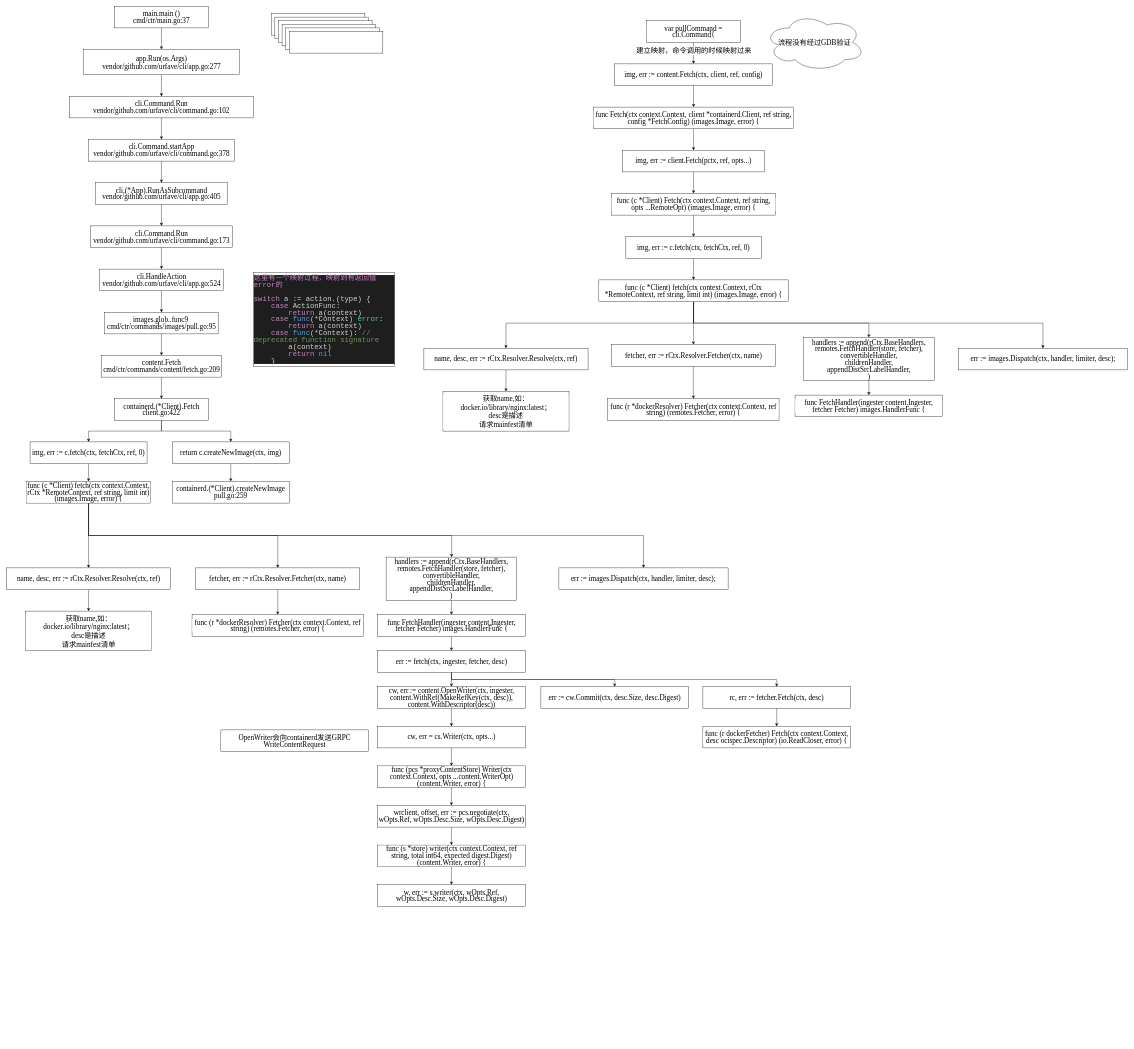
Above: page "containerd" (1 of 4) of Ceph Librbd PWL .drawio in CongMinYin/flow (draw.io), before the change. Source tidied: cells renumbered, new cells numbered last; positions are measured from the earlier drawing's top-left corner, leaving out a move shared by most shapes. Both pictures are drawn from the tidied source at 36%, with x=0, y=0 at pixel (6, 6).
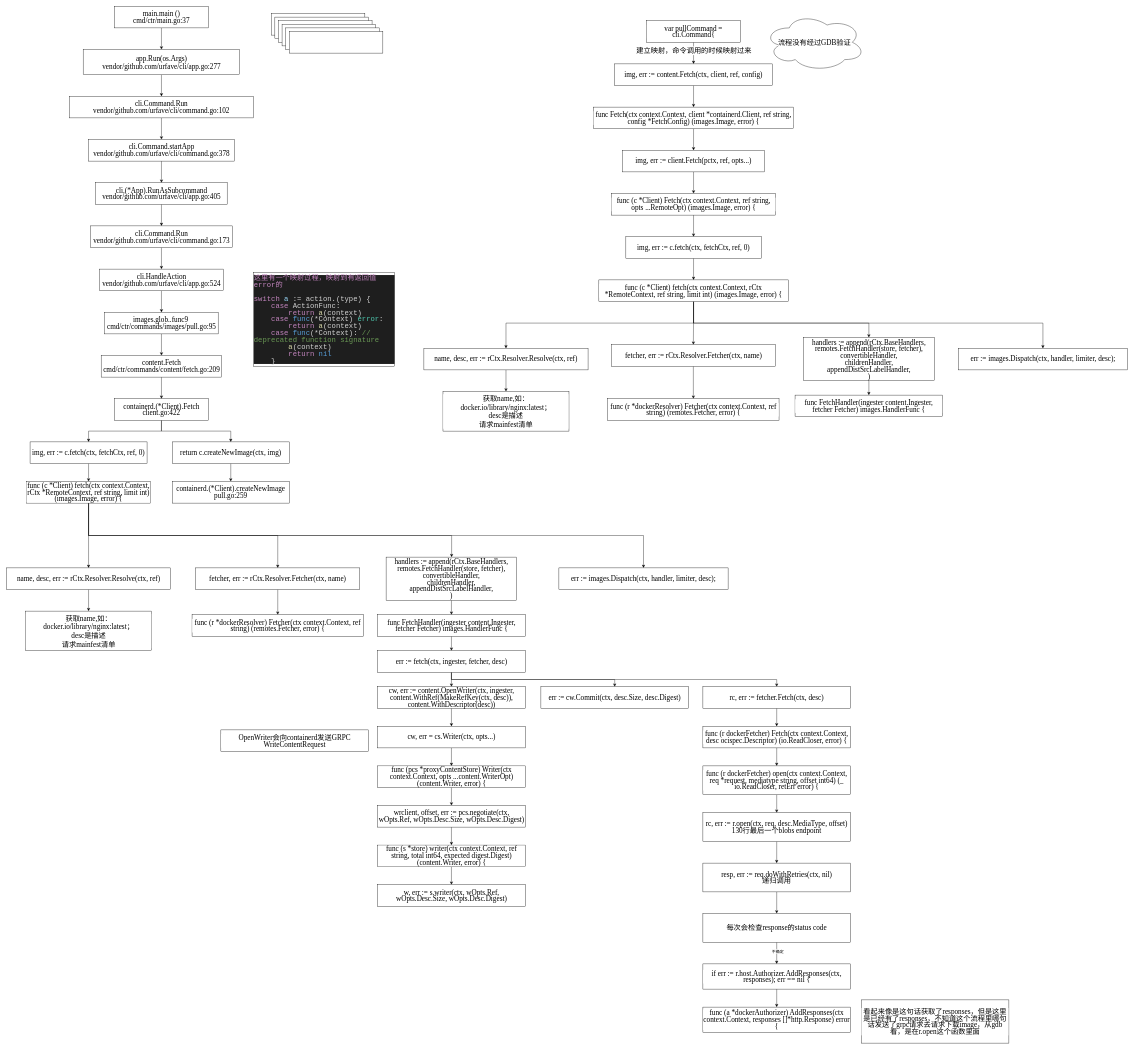
The same page after the edit.

Unchanged cells that the change refers to:
```xml
<mxCell id="99" value="&lt;div style=&quot;line-height: 19px;&quot;&gt;func (r dockerFetcher) Fetch(ctx context.Context, desc ocispec.Descriptor) (io.ReadCloser, error) {&lt;br&gt;&lt;/div&gt;" style="rounded=0;whiteSpace=wrap;html=1;labelBackgroundColor=default;fontColor=#000000;fontFamily=Times New Roman;fontSize=20;" parent="1" vertex="1">
  <mxGeometry x="1934" y="2000" width="410" height="60" as="geometry" />
</mxCell>
```

Diff of the diagram source:
```diff
@@
+    <mxCell id="100" style="edgeStyle=orthogonalEdgeStyle;rounded=0;jettySize=auto;html=1;exitX=0.5;exitY=1;exitDx=0;exitDy=0;entryX=0.5;entryY=0;entryDx=0;entryDy=0;" parent="1" edge="1" source="99" target="102">
+      <mxGeometry relative="1" as="geometry" />
+    </mxCell>
@@
+    <mxCell id="101" style="edgeStyle=orthogonalEdgeStyle;rounded=0;jettySize=auto;html=1;exitX=0.5;exitY=1;exitDx=0;exitDy=0;entryX=0.5;entryY=0;entryDx=0;entryDy=0;" parent="1" edge="1" source="102" target="104">
+      <mxGeometry relative="1" as="geometry" />
+    </mxCell>
+    <mxCell id="102" value="&lt;div style=&quot;line-height: 19px;&quot;&gt;func (r dockerFetcher) open(ctx context.Context, req *request, mediatype string, offset int64) (_ io.ReadCloser, retErr error) {&lt;br&gt;&lt;/div&gt;" style="rounded=0;whiteSpace=wrap;html=1;labelBackgroundColor=default;fontColor=#000000;fontFamily=Times New Roman;fontSize=20;" parent="1" vertex="1">
+      <mxGeometry x="1934" y="2110" width="410" height="80" as="geometry" />
+    </mxCell>
+    <mxCell id="103" style="edgeStyle=orthogonalEdgeStyle;rounded=0;jettySize=auto;html=1;exitX=0.5;exitY=1;exitDx=0;exitDy=0;entryX=0.5;entryY=0;entryDx=0;entryDy=0;" parent="1" edge="1" source="104" target="106">
+      <mxGeometry relative="1" as="geometry" />
+    </mxCell>
+    <mxCell id="104" value="&lt;div style=&quot;line-height: 19px;&quot;&gt;rc, err := r.open(ctx, req, desc.MediaType, offset)&lt;br&gt;&lt;/div&gt;&lt;div style=&quot;line-height: 19px;&quot;&gt;130行最后一个blobs endpoint&lt;/div&gt;" style="rounded=0;whiteSpace=wrap;html=1;labelBackgroundColor=default;fontColor=#000000;fontFamily=Times New Roman;fontSize=20;" parent="1" vertex="1">
+      <mxGeometry x="1934" y="2240" width="410" height="80" as="geometry" />
+    </mxCell>
+    <mxCell id="105" style="edgeStyle=orthogonalEdgeStyle;rounded=0;jettySize=auto;html=1;exitX=0.5;exitY=1;exitDx=0;exitDy=0;entryX=0.5;entryY=0;entryDx=0;entryDy=0;" parent="1" edge="1" source="106" target="109">
+      <mxGeometry relative="1" as="geometry" />
+    </mxCell>
+    <mxCell id="106" value="&lt;div style=&quot;line-height: 19px;&quot;&gt;resp, err := req.doWithRetries(ctx, nil)&lt;br&gt;&lt;/div&gt;&lt;div style=&quot;line-height: 19px;&quot;&gt;递归调用&lt;/div&gt;" style="rounded=0;whiteSpace=wrap;html=1;labelBackgroundColor=default;fontColor=#000000;fontFamily=Times New Roman;fontSize=20;" parent="1" vertex="1">
+      <mxGeometry x="1934" y="2380" width="410" height="80" as="geometry" />
+    </mxCell>
+    <mxCell id="107" style="edgeStyle=orthogonalEdgeStyle;rounded=0;jettySize=auto;html=1;exitX=0.5;exitY=1;exitDx=0;exitDy=0;entryX=0.5;entryY=0;entryDx=0;entryDy=0;" parent="1" edge="1" source="109" target="111">
+      <mxGeometry relative="1" as="geometry" />
+    </mxCell>
+    <mxCell id="108" value="不确定" style="edgeLabel;html=1;align=center;verticalAlign=middle;" parent="107" vertex="1">
+      <mxGeometry x="-0.2" y="2" relative="1" as="geometry" />
+    </mxCell>
+    <mxCell id="109" value="&lt;div style=&quot;line-height: 19px;&quot;&gt;每次会检查response的status code&lt;/div&gt;" style="rounded=0;whiteSpace=wrap;html=1;labelBackgroundColor=default;fontColor=#000000;fontFamily=Times New Roman;fontSize=20;" parent="1" vertex="1">
+      <mxGeometry x="1934" y="2520" width="410" height="80" as="geometry" />
+    </mxCell>
+    <mxCell id="110" style="edgeStyle=orthogonalEdgeStyle;rounded=0;jettySize=auto;html=1;exitX=0.5;exitY=1;exitDx=0;exitDy=0;entryX=0.5;entryY=0;entryDx=0;entryDy=0;" parent="1" edge="1" source="111" target="113">
+      <mxGeometry relative="1" as="geometry" />
+    </mxCell>
+    <mxCell id="111" value="&lt;div style=&quot;line-height: 19px;&quot;&gt;if err := r.host.Authorizer.AddResponses(ctx, responses); err == nil {&lt;br&gt;&lt;/div&gt;" style="rounded=0;whiteSpace=wrap;html=1;labelBackgroundColor=default;fontColor=#000000;fontFamily=Times New Roman;fontSize=20;" parent="1" vertex="1">
+      <mxGeometry x="1934" y="2660" width="410" height="70" as="geometry" />
+    </mxCell>
+    <mxCell id="112" value="&lt;div style=&quot;line-height: 19px;&quot;&gt;看起来像是这句话获取了responses，但是这里是已经有了responses，不知道这个流程里哪句话发送了grpc请求去请求下载image，从gdb看，是在r.open这个函数里面&lt;/div&gt;" style="rounded=0;whiteSpace=wrap;html=1;labelBackgroundColor=default;fontColor=#000000;fontFamily=Times New Roman;fontSize=20;" parent="1" vertex="1">
+      <mxGeometry x="2374" y="2760" width="410" height="120" as="geometry" />
+    </mxCell>
+    <mxCell id="113" value="&lt;div style=&quot;line-height: 19px;&quot;&gt;func (a *dockerAuthorizer) AddResponses(ctx context.Context, responses []*http.Response) error {&lt;br&gt;&lt;/div&gt;" style="rounded=0;whiteSpace=wrap;html=1;labelBackgroundColor=default;fontColor=#000000;fontFamily=Times New Roman;fontSize=20;" parent="1" vertex="1">
+      <mxGeometry x="1934" y="2780" width="410" height="70" as="geometry" />
+    </mxCell>
```
